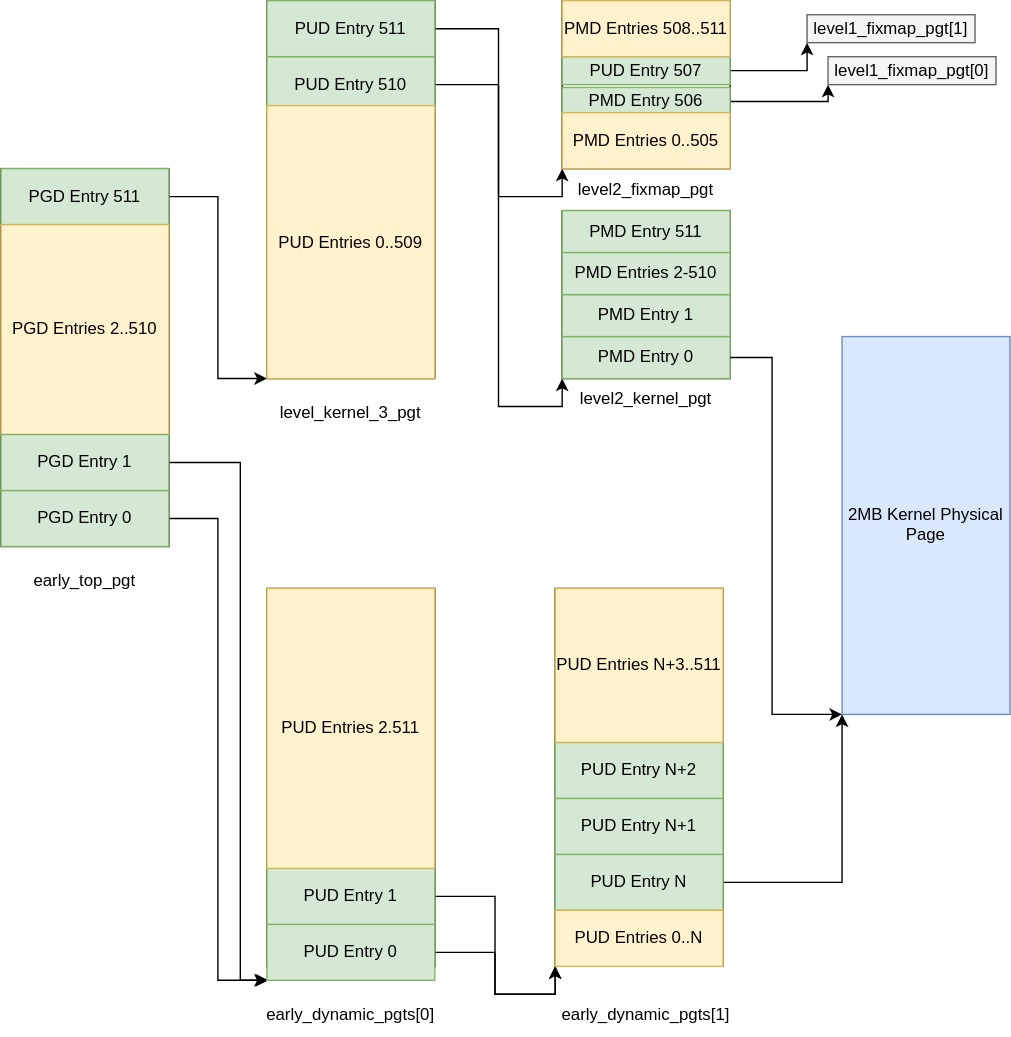
0xAX/linux-insides keeps this draw.io diagram as Initialization/images/early-page-tables-after-init.svg. Above is the earlier version. Source tidied: cells renumbered, new cells last; positions are measured from the earlier drawing's top-left corner, leaving out a move shared by most shapes.
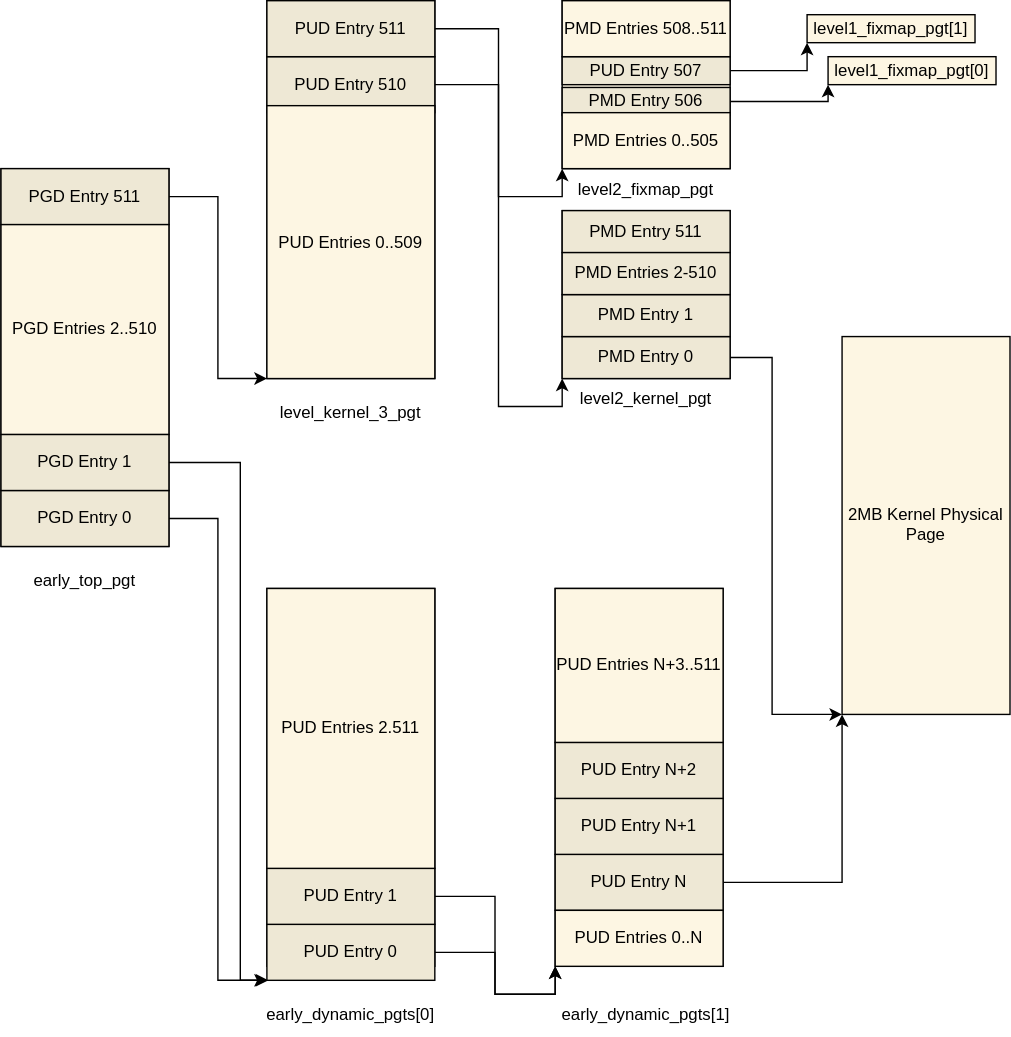
After the change.

Commit message:
general: use the same style for all diagrams

Change to the diagram source:
```diff
@@ -13,10 +13,10 @@
         </Array>
       </mxGeometry>
     </mxCell>
-    <mxCell id="4" value="PGD Entry 511" style="rounded=0;fillColor=#d5e8d4;strokeColor=#82b366;html=0;fontSize=12;fontFamily=Helvetica;fontColor=#000000;" parent="1" vertex="1">
+    <mxCell id="4" value="PGD Entry 511" style="rounded=0;fillColor=#eee8d5;strokeColor=#000000;html=0;fontSize=12;fontFamily=Helvetica;fontColor=#000000;" parent="1" vertex="1">
       <mxGeometry y="120" width="120" height="40" as="geometry" />
     </mxCell>
-    <mxCell id="5" value="PGD Entries 2..510" style="rounded=0;fillColor=#fff2cc;strokeColor=#d6b656;html=0;fontSize=12;fontFamily=Helvetica;fontColor=#000000;" parent="1" vertex="1">
+    <mxCell id="5" value="PGD Entries 2..510" style="rounded=0;fillColor=#fdf6e3;strokeColor=#000000;html=0;fontSize=12;fontFamily=Helvetica;fontColor=#000000;" parent="1" vertex="1">
       <mxGeometry y="160" width="120" height="150" as="geometry" />
     </mxCell>
     <mxCell id="6" style="rounded=0;whiteSpace=wrap;html=1;" parent="1" vertex="1">
@@ -25,16 +25,16 @@
     <mxCell id="7" style="edgeStyle=orthogonalEdgeStyle;rounded=0;jettySize=auto;html=1;entryX=0;entryY=1;entryDx=0;entryDy=0;" parent="1" edge="1" source="8" target="23">
       <mxGeometry relative="1" as="geometry" />
     </mxCell>
-    <mxCell id="8" value="PUD Entry 510" style="rounded=0;fillColor=#d5e8d4;strokeColor=#82b366;html=0;fontSize=12;fontFamily=Helvetica;fontColor=#000000;" parent="1" vertex="1">
+    <mxCell id="8" value="PUD Entry 510" style="rounded=0;fillColor=#eee8d5;strokeColor=#000000;html=0;fontSize=12;fontFamily=Helvetica;fontColor=#000000;" parent="1" vertex="1">
       <mxGeometry x="190" y="40" width="120" height="40" as="geometry" />
     </mxCell>
     <mxCell id="9" style="edgeStyle=orthogonalEdgeStyle;rounded=0;jettySize=auto;html=1;entryX=0;entryY=1;entryDx=0;entryDy=0;" parent="1" edge="1" source="10" target="22">
       <mxGeometry relative="1" as="geometry" />
     </mxCell>
-    <mxCell id="10" value="PUD Entry 511" style="rounded=0;fillColor=#d5e8d4;strokeColor=#82b366;html=0;fontSize=12;fontFamily=Helvetica;fontColor=#000000;" parent="1" vertex="1">
+    <mxCell id="10" value="PUD Entry 511" style="rounded=0;fillColor=#eee8d5;strokeColor=#000000;html=0;fontSize=12;fontFamily=Helvetica;fontColor=#000000;" parent="1" vertex="1">
       <mxGeometry x="190" width="120" height="40" as="geometry" />
     </mxCell>
-    <mxCell id="11" value="PUD Entries 0..509" style="rounded=0;fillColor=#fff2cc;strokeColor=#d6b656;html=0;fontSize=12;fontFamily=Helvetica;fontColor=#000000;" parent="1" vertex="1">
+    <mxCell id="11" value="PUD Entries 0..509" style="rounded=0;fillColor=#fdf6e3;strokeColor=#000000;html=0;fontSize=12;fontFamily=Helvetica;fontColor=#000000;" parent="1" vertex="1">
       <mxGeometry x="190" y="75" width="120" height="195" as="geometry" />
     </mxCell>
     <mxCell id="12" style="edgeStyle=orthogonalEdgeStyle;rounded=0;jettySize=auto;html=1;entryX=0;entryY=1;entryDx=0;entryDy=0;" parent="1" edge="1" source="13" target="18">
@@ -45,7 +45,7 @@
         </Array>
       </mxGeometry>
     </mxCell>
-    <mxCell id="13" value="PGD Entry 0" style="rounded=0;fillColor=#d5e8d4;strokeColor=#82b366;html=0;fontSize=12;fontFamily=Helvetica;fontColor=#000000;" parent="1" vertex="1">
+    <mxCell id="13" value="PGD Entry 0" style="rounded=0;fillColor=#eee8d5;strokeColor=#000000;html=0;fontSize=12;fontFamily=Helvetica;fontColor=#000000;" parent="1" vertex="1">
       <mxGeometry y="350" width="120" height="40" as="geometry" />
     </mxCell>
     <mxCell id="14" style="edgeStyle=orthogonalEdgeStyle;rounded=0;jettySize=auto;html=1;" parent="1" edge="1" source="15">
@@ -57,7 +57,7 @@
         </Array>
       </mxGeometry>
     </mxCell>
-    <mxCell id="15" value="PGD Entry 1" style="rounded=0;fillColor=#d5e8d4;strokeColor=#82b366;html=0;fontSize=12;fontFamily=Helvetica;fontColor=#000000;" parent="1" vertex="1">
+    <mxCell id="15" value="PGD Entry 1" style="rounded=0;fillColor=#eee8d5;strokeColor=#000000;html=0;fontSize=12;fontFamily=Helvetica;fontColor=#000000;" parent="1" vertex="1">
       <mxGeometry y="310" width="120" height="40" as="geometry" />
     </mxCell>
     <mxCell id="16" style="rounded=0;whiteSpace=wrap;html=1;" parent="1" vertex="1">
@@ -66,16 +66,16 @@
     <mxCell id="17" style="edgeStyle=orthogonalEdgeStyle;rounded=0;jettySize=auto;html=1;entryX=0;entryY=1;entryDx=0;entryDy=0;" parent="1" edge="1" source="18" target="36">
       <mxGeometry relative="1" as="geometry" />
     </mxCell>
-    <mxCell id="18" value="PUD Entry 0" style="rounded=0;fillColor=#d5e8d4;strokeColor=#82b366;html=0;fontSize=12;fontFamily=Helvetica;fontColor=#000000;" parent="1" vertex="1">
+    <mxCell id="18" value="PUD Entry 0" style="rounded=0;fillColor=#eee8d5;strokeColor=#000000;html=0;fontSize=12;fontFamily=Helvetica;fontColor=#000000;" parent="1" vertex="1">
       <mxGeometry x="190" y="660" width="120" height="40" as="geometry" />
     </mxCell>
     <mxCell id="19" style="edgeStyle=orthogonalEdgeStyle;rounded=0;jettySize=auto;html=1;entryX=0;entryY=1;entryDx=0;entryDy=0;" parent="1" edge="1" source="20" target="36">
       <mxGeometry relative="1" as="geometry" />
     </mxCell>
-    <mxCell id="20" value="PUD Entry 1" style="rounded=0;fillColor=#d5e8d4;strokeColor=#82b366;html=0;fontSize=12;fontFamily=Helvetica;fontColor=#000000;" parent="1" vertex="1">
+    <mxCell id="20" value="PUD Entry 1" style="rounded=0;fillColor=#eee8d5;strokeColor=#000000;html=0;fontSize=12;fontFamily=Helvetica;fontColor=#000000;" parent="1" vertex="1">
       <mxGeometry x="190" y="620" width="120" height="40" as="geometry" />
     </mxCell>
-    <mxCell id="21" value="PUD Entries 2.511" style="rounded=0;fillColor=#fff2cc;strokeColor=#d6b656;html=0;fontSize=12;fontFamily=Helvetica;fontColor=#000000;" parent="1" vertex="1">
+    <mxCell id="21" value="PUD Entries 2.511" style="rounded=0;fillColor=#fdf6e3;strokeColor=#000000;html=0;fontSize=12;fontFamily=Helvetica;fontColor=#000000;" parent="1" vertex="1">
       <mxGeometry x="190" y="420" width="120" height="200" as="geometry" />
     </mxCell>
     <mxCell id="22" style="rounded=0;whiteSpace=wrap;html=1;" parent="1" vertex="1">
@@ -87,7 +87,7 @@
     <mxCell id="24" style="edgeStyle=orthogonalEdgeStyle;rounded=0;jettySize=auto;html=1;entryX=0;entryY=1;entryDx=0;entryDy=0;" parent="1" edge="1" source="25" target="34">
       <mxGeometry relative="1" as="geometry" />
     </mxCell>
-    <mxCell id="25" value="PUD Entry 507" style="rounded=0;fillColor=#d5e8d4;strokeColor=#82b366;html=0;fontSize=12;fontFamily=Helvetica;fontColor=#000000;" parent="1" vertex="1">
+    <mxCell id="25" value="PUD Entry 507" style="rounded=0;fillColor=#eee8d5;strokeColor=#000000;html=0;fontSize=12;fontFamily=Helvetica;fontColor=#000000;" parent="1" vertex="1">
       <mxGeometry x="401" y="40" width="120" height="20" as="geometry" />
     </mxCell>
     <mxCell id="26" style="edgeStyle=orthogonalEdgeStyle;rounded=0;jettySize=auto;html=1;entryX=0;entryY=1;entryDx=0;entryDy=0;" parent="1" edge="1" source="27" target="35">
@@ -97,22 +97,22 @@
         </Array>
       </mxGeometry>
     </mxCell>
-    <mxCell id="27" value="PMD Entry 506" style="rounded=0;fillColor=#d5e8d4;strokeColor=#82b366;html=0;fontSize=12;fontFamily=Helvetica;fontColor=#000000;" parent="1" vertex="1">
+    <mxCell id="27" value="PMD Entry 506" style="rounded=0;fillColor=#eee8d5;strokeColor=#000000;html=0;fontSize=12;fontFamily=Helvetica;fontColor=#000000;" parent="1" vertex="1">
       <mxGeometry x="401" y="62" width="120" height="20" as="geometry" />
     </mxCell>
-    <mxCell id="28" value="PMD Entry 0" style="rounded=0;fillColor=#d5e8d4;strokeColor=#82b366;html=0;fontSize=12;fontFamily=Helvetica;fontColor=#000000;" parent="1" vertex="1">
+    <mxCell id="28" value="PMD Entry 0" style="rounded=0;fillColor=#eee8d5;strokeColor=#000000;html=0;fontSize=12;fontFamily=Helvetica;fontColor=#000000;" parent="1" vertex="1">
       <mxGeometry x="401" y="240" width="120" height="30" as="geometry" />
     </mxCell>
-    <mxCell id="29" value="PMD Entry 1" style="rounded=0;fillColor=#d5e8d4;strokeColor=#82b366;html=0;fontSize=12;fontFamily=Helvetica;fontColor=#000000;" parent="1" vertex="1">
+    <mxCell id="29" value="PMD Entry 1" style="rounded=0;fillColor=#eee8d5;strokeColor=#000000;html=0;fontSize=12;fontFamily=Helvetica;fontColor=#000000;" parent="1" vertex="1">
       <mxGeometry x="401" y="210" width="120" height="30" as="geometry" />
     </mxCell>
-    <mxCell id="30" value="PMD Entry 511" style="rounded=0;fillColor=#d5e8d4;strokeColor=#82b366;html=0;fontSize=12;fontFamily=Helvetica;fontColor=#000000;" parent="1" vertex="1">
+    <mxCell id="30" value="PMD Entry 511" style="rounded=0;fillColor=#eee8d5;strokeColor=#000000;html=0;fontSize=12;fontFamily=Helvetica;fontColor=#000000;" parent="1" vertex="1">
       <mxGeometry x="401" y="150" width="120" height="30" as="geometry" />
     </mxCell>
-    <mxCell id="31" value="PMD Entries 2-510" style="rounded=0;fillColor=#d5e8d4;strokeColor=#82b366;html=0;fontSize=12;fontFamily=Helvetica;fontColor=#000000;" parent="1" vertex="1">
+    <mxCell id="31" value="PMD Entries 2-510" style="rounded=0;fillColor=#eee8d5;strokeColor=#000000;html=0;fontSize=12;fontFamily=Helvetica;fontColor=#000000;" parent="1" vertex="1">
       <mxGeometry x="401" y="180" width="120" height="30" as="geometry" />
     </mxCell>
-    <mxCell id="32" value="2MB Kernel Physical&#10;Page" style="rounded=0;fillColor=#dae8fc;strokeColor=#6c8ebf;html=0;fontSize=12;fontFamily=Helvetica;fontColor=#000000;" parent="1" vertex="1">
+    <mxCell id="32" value="2MB Kernel Physical&#10;Page" style="rounded=0;fillColor=#fdf6e3;strokeColor=#000000;html=0;fontSize=12;fontFamily=Helvetica;fontColor=#000000;" parent="1" vertex="1">
       <mxGeometry x="601" y="240" width="120" height="270" as="geometry" />
     </mxCell>
     <mxCell id="33" style="edgeStyle=orthogonalEdgeStyle;rounded=0;jettySize=auto;html=1;" parent="1" edge="1" source="28">
@@ -124,10 +124,10 @@
         </Array>
       </mxGeometry>
     </mxCell>
-    <mxCell id="34" value="level1_fixmap_pgt[1]" style="rounded=0;fillColor=#f5f5f5;strokeColor=#666666;html=0;fontSize=12;fontFamily=Helvetica;fontColor=#000000;" parent="1" vertex="1">
+    <mxCell id="34" value="level1_fixmap_pgt[1]" style="rounded=0;fillColor=#fdf6e3;strokeColor=#000000;html=0;fontSize=12;fontFamily=Helvetica;fontColor=#000000;" parent="1" vertex="1">
       <mxGeometry x="576" y="10" width="120" height="20" as="geometry" />
     </mxCell>
-    <mxCell id="35" value="level1_fixmap_pgt[0]" style="rounded=0;fillColor=#f5f5f5;strokeColor=#666666;html=0;fontSize=12;fontFamily=Helvetica;fontColor=#000000;" parent="1" vertex="1">
+    <mxCell id="35" value="level1_fixmap_pgt[0]" style="rounded=0;fillColor=#fdf6e3;strokeColor=#000000;html=0;fontSize=12;fontFamily=Helvetica;fontColor=#000000;" parent="1" vertex="1">
       <mxGeometry x="591" y="40" width="120" height="20" as="geometry" />
     </mxCell>
     <mxCell id="36" style="rounded=0;whiteSpace=wrap;html=1;" parent="1" vertex="1">
@@ -136,25 +136,25 @@
     <mxCell id="37" style="edgeStyle=orthogonalEdgeStyle;rounded=0;jettySize=auto;html=1;entryX=0;entryY=1;entryDx=0;entryDy=0;" parent="1" edge="1" source="38" target="32">
       <mxGeometry relative="1" as="geometry" />
     </mxCell>
-    <mxCell id="38" value="PUD Entry N" style="rounded=0;fillColor=#d5e8d4;strokeColor=#82b366;html=0;fontSize=12;fontFamily=Helvetica;fontColor=#000000;" parent="1" vertex="1">
+    <mxCell id="38" value="PUD Entry N" style="rounded=0;fillColor=#eee8d5;strokeColor=#000000;html=0;fontSize=12;fontFamily=Helvetica;fontColor=#000000;" parent="1" vertex="1">
       <mxGeometry x="396" y="610" width="120" height="40" as="geometry" />
     </mxCell>
-    <mxCell id="39" value="PUD Entry N+1" style="rounded=0;fillColor=#d5e8d4;strokeColor=#82b366;html=0;fontSize=12;fontFamily=Helvetica;fontColor=#000000;" parent="1" vertex="1">
+    <mxCell id="39" value="PUD Entry N+1" style="rounded=0;fillColor=#eee8d5;strokeColor=#000000;html=0;fontSize=12;fontFamily=Helvetica;fontColor=#000000;" parent="1" vertex="1">
       <mxGeometry x="396" y="570" width="120" height="40" as="geometry" />
     </mxCell>
-    <mxCell id="40" value="PUD Entry N+2" style="rounded=0;fillColor=#d5e8d4;strokeColor=#82b366;html=0;fontSize=12;fontFamily=Helvetica;fontColor=#000000;" parent="1" vertex="1">
+    <mxCell id="40" value="PUD Entry N+2" style="rounded=0;fillColor=#eee8d5;strokeColor=#000000;html=0;fontSize=12;fontFamily=Helvetica;fontColor=#000000;" parent="1" vertex="1">
       <mxGeometry x="396" y="530" width="120" height="40" as="geometry" />
     </mxCell>
-    <mxCell id="41" value="PUD Entries N+3..511" style="rounded=0;fillColor=#fff2cc;strokeColor=#d6b656;html=0;fontSize=12;fontFamily=Helvetica;fontColor=#000000;" parent="1" vertex="1">
+    <mxCell id="41" value="PUD Entries N+3..511" style="rounded=0;fillColor=#fdf6e3;strokeColor=#000000;html=0;fontSize=12;fontFamily=Helvetica;fontColor=#000000;" parent="1" vertex="1">
       <mxGeometry x="396" y="420" width="120" height="110" as="geometry" />
     </mxCell>
-    <mxCell id="42" value="PUD Entries 0..N" style="rounded=0;fillColor=#fff2cc;strokeColor=#d6b656;html=0;fontSize=12;fontFamily=Helvetica;fontColor=#000000;" parent="1" vertex="1">
+    <mxCell id="42" value="PUD Entries 0..N" style="rounded=0;fillColor=#fdf6e3;strokeColor=#000000;html=0;fontSize=12;fontFamily=Helvetica;fontColor=#000000;" parent="1" vertex="1">
       <mxGeometry x="396" y="650" width="120" height="40" as="geometry" />
     </mxCell>
-    <mxCell id="43" value="PMD Entries 0..505" style="rounded=0;fillColor=#fff2cc;strokeColor=#d6b656;html=0;fontSize=12;fontFamily=Helvetica;fontColor=#000000;" parent="1" vertex="1">
+    <mxCell id="43" value="PMD Entries 0..505" style="rounded=0;fillColor=#fdf6e3;strokeColor=#000000;html=0;fontSize=12;fontFamily=Helvetica;fontColor=#000000;" parent="1" vertex="1">
       <mxGeometry x="401" y="80" width="120" height="40" as="geometry" />
     </mxCell>
-    <mxCell id="44" value="PMD Entries 508..511" style="rounded=0;fillColor=#fff2cc;strokeColor=#d6b656;html=0;fontSize=12;fontFamily=Helvetica;fontColor=#000000;" parent="1" vertex="1">
+    <mxCell id="44" value="PMD Entries 508..511" style="rounded=0;fillColor=#fdf6e3;strokeColor=#000000;html=0;fontSize=12;fontFamily=Helvetica;fontColor=#000000;" parent="1" vertex="1">
       <mxGeometry x="401" width="120" height="40" as="geometry" />
     </mxCell>
     <mxCell id="45" value="early_top_pgt" style="text;strokeColor=none;fillColor=none;align=center;verticalAlign=middle;rounded=0;html=0;fontSize=12;fontFamily=Helvetica;fontColor=#000000;" parent="1" vertex="1">
```
